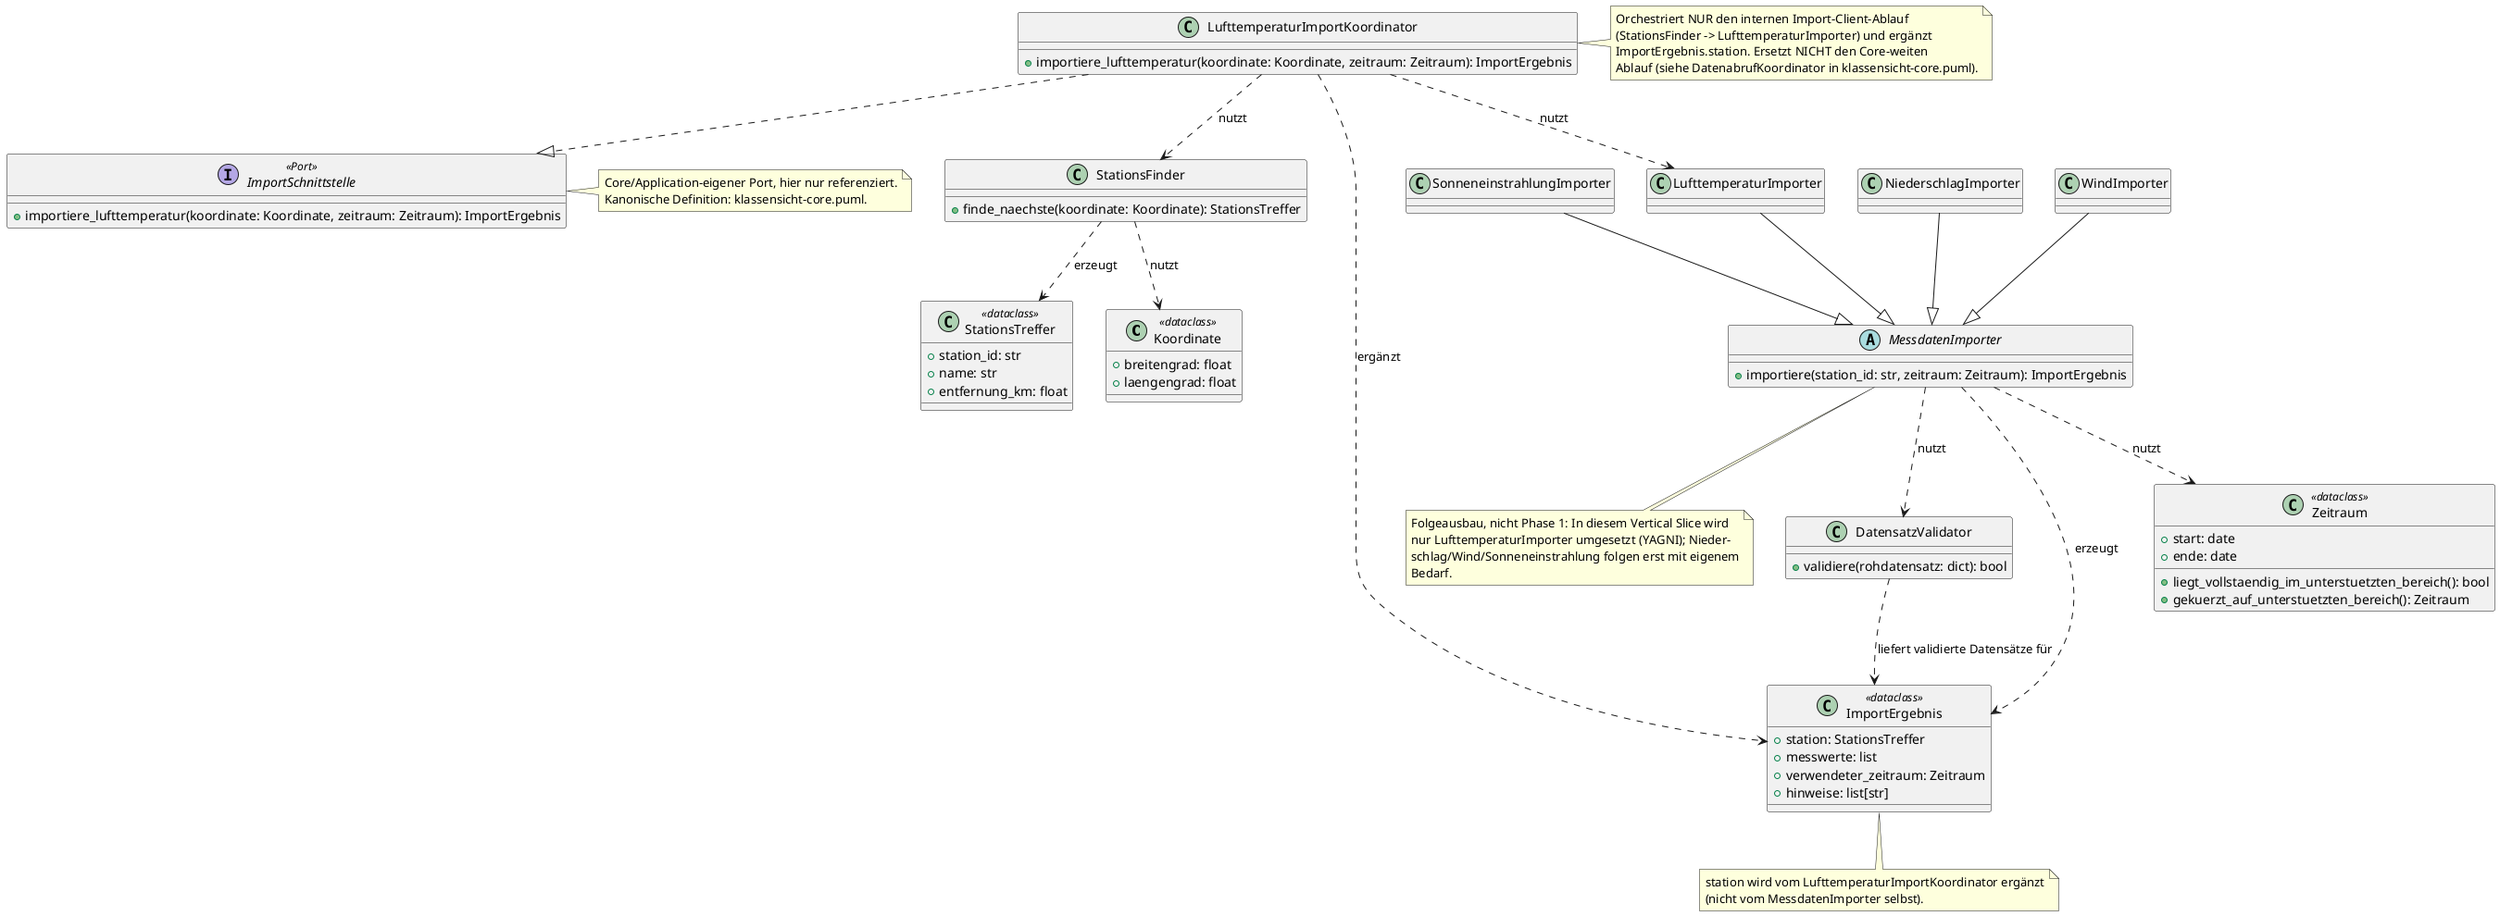
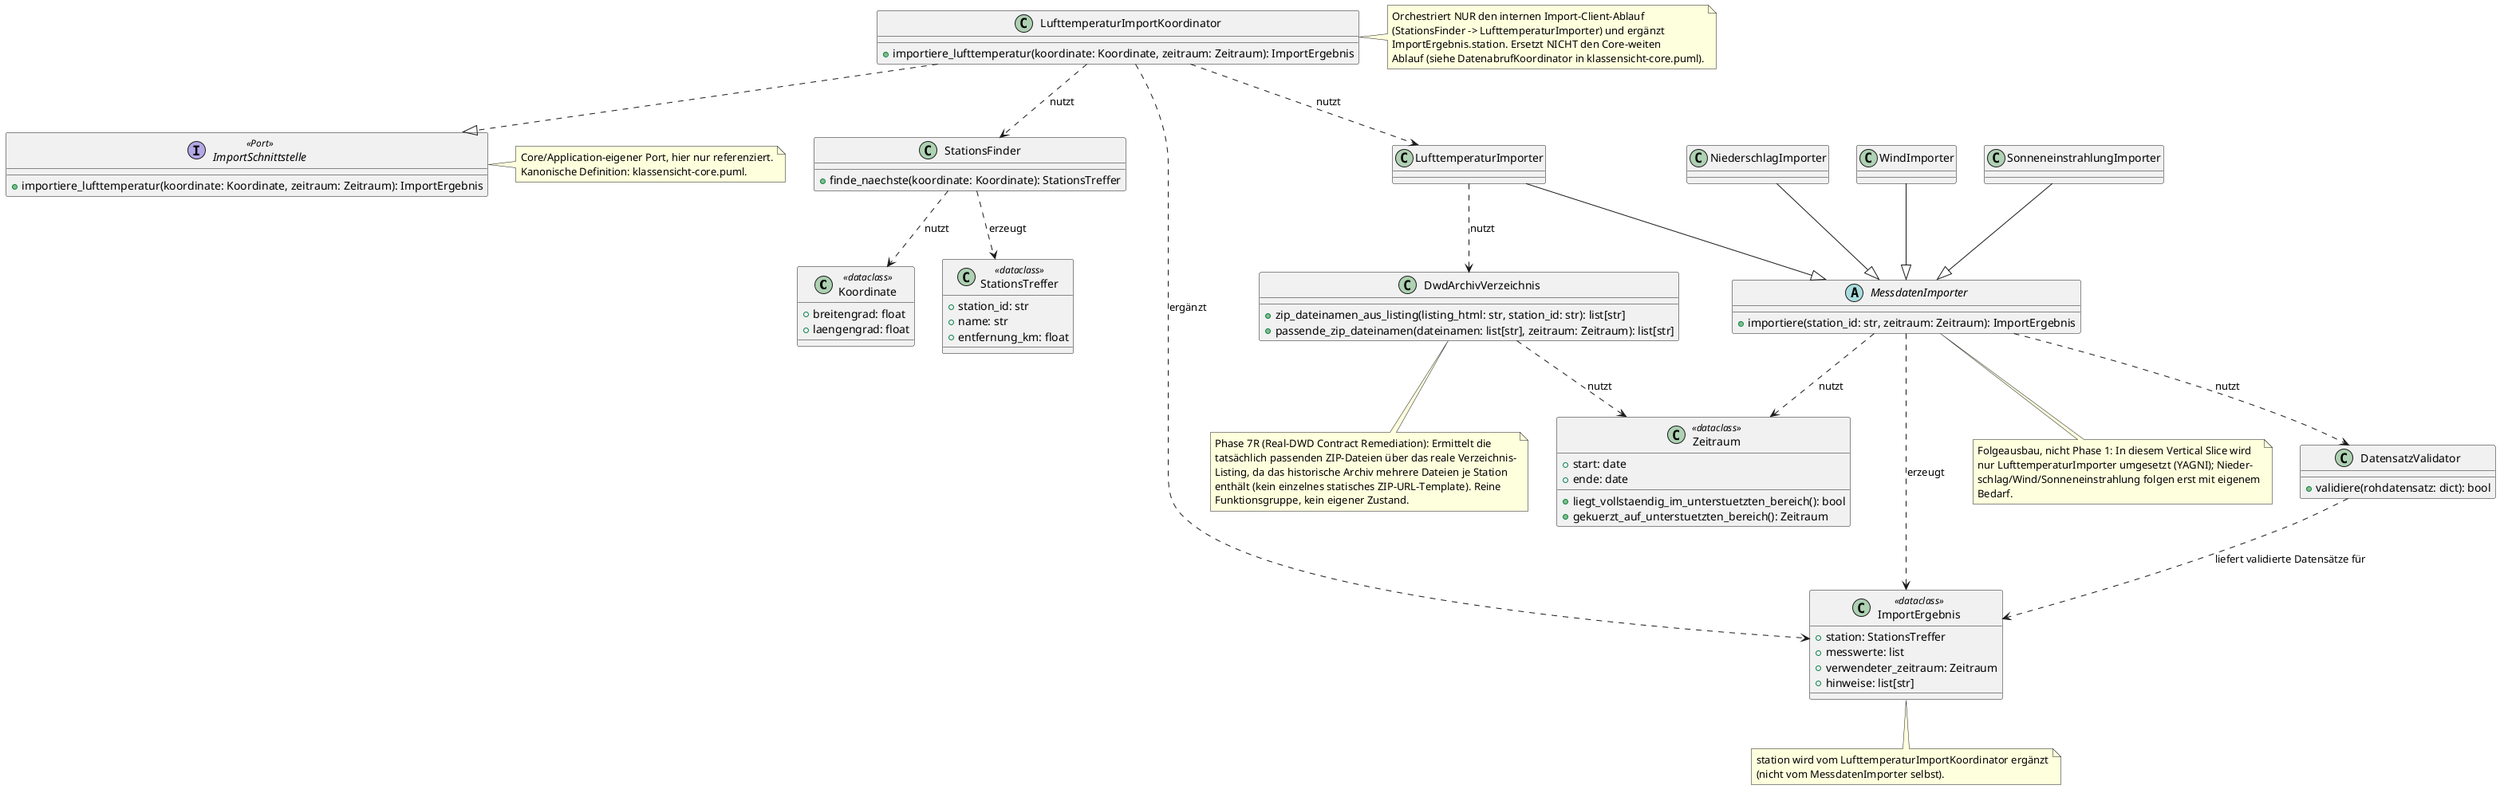
@startuml Klassensicht-Import-Client
class "Koordinate" as Koordinate <<dataclass>> {
  +breitengrad: float
  +laengengrad: float
}

class "Zeitraum" as Zeitraum <<dataclass>> {
  +start: date
  +ende: date
  +liegt_vollstaendig_im_unterstuetzten_bereich(): bool
  +gekuerzt_auf_unterstuetzten_bereich(): Zeitraum
}

class "StationsTreffer" as StationsTreffer <<dataclass>> {
  +station_id: str
  +name: str
  +entfernung_km: float
}

interface "ImportSchnittstelle" as IImport <<Port>> {
  +importiere_lufttemperatur(koordinate: Koordinate, zeitraum: Zeitraum): ImportErgebnis
}
note right of IImport
  Core/Application-eigener Port, hier nur referenziert.
  Kanonische Definition: klassensicht-core.puml.
end note

class "LufttemperaturImportKoordinator" as LufttemperaturImportKoordinator {
  +importiere_lufttemperatur(koordinate: Koordinate, zeitraum: Zeitraum): ImportErgebnis
}
note right of LufttemperaturImportKoordinator
  Orchestriert NUR den internen Import-Client-Ablauf
  (StationsFinder -> LufttemperaturImporter) und ergänzt
  ImportErgebnis.station. Ersetzt NICHT den Core-weiten
  Ablauf (siehe DatenabrufKoordinator in klassensicht-core.puml).
end note

class "StationsFinder" as StationsFinder {
  +finde_naechste(koordinate: Koordinate): StationsTreffer
}

abstract class "MessdatenImporter" as MessdatenImporter {
  +importiere(station_id: str, zeitraum: Zeitraum): ImportErgebnis
}
note bottom of MessdatenImporter
  Folgeausbau, nicht Phase 1: In diesem Vertical Slice wird
  nur LufttemperaturImporter umgesetzt (YAGNI); Nieder-
  schlag/Wind/Sonneneinstrahlung folgen erst mit eigenem
  Bedarf.
end note

class "LufttemperaturImporter" as LufttemperaturImporter {
}

class "NiederschlagImporter" as NiederschlagImporter {
}

class "WindImporter" as WindImporter {
}

class "SonneneinstrahlungImporter" as SonneneinstrahlungImporter {
}

class "DatensatzValidator" as DatensatzValidator {
  +validiere(rohdatensatz: dict): bool
}

+ class "DwdArchivVerzeichnis" as DwdArchivVerzeichnis {
+   +zip_dateinamen_aus_listing(listing_html: str, station_id: str): list[str]
+   +passende_zip_dateinamen(dateinamen: list[str], zeitraum: Zeitraum): list[str]
+ }
+ note bottom of DwdArchivVerzeichnis
+   Phase 7R (Real-DWD Contract Remediation): Ermittelt die
+   tatsächlich passenden ZIP-Dateien über das reale Verzeichnis-
+   Listing, da das historische Archiv mehrere Dateien je Station
+   enthält (kein einzelnes statisches ZIP-URL-Template). Reine
+   Funktionsgruppe, kein eigener Zustand.
+ end note
+ 
class "ImportErgebnis" as ImportErgebnis <<dataclass>> {
  +station: StationsTreffer
  +messwerte: list
  +verwendeter_zeitraum: Zeitraum
  +hinweise: list[str]
}
note bottom of ImportErgebnis
  station wird vom LufttemperaturImportKoordinator ergänzt
  (nicht vom MessdatenImporter selbst).
end note

LufttemperaturImportKoordinator ..|> IImport
LufttemperaturImportKoordinator ..> StationsFinder : nutzt
LufttemperaturImportKoordinator ..> LufttemperaturImporter : nutzt
LufttemperaturImportKoordinator ..> ImportErgebnis : ergänzt
StationsFinder ..> Koordinate : nutzt
StationsFinder ..> StationsTreffer : erzeugt
LufttemperaturImporter --|> MessdatenImporter
NiederschlagImporter --|> MessdatenImporter
WindImporter --|> MessdatenImporter
SonneneinstrahlungImporter --|> MessdatenImporter
MessdatenImporter ..> Zeitraum : nutzt
MessdatenImporter ..> DatensatzValidator : nutzt
MessdatenImporter ..> ImportErgebnis : erzeugt
+ LufttemperaturImporter ..> DwdArchivVerzeichnis : nutzt
+ DwdArchivVerzeichnis ..> Zeitraum : nutzt
DatensatzValidator ..> ImportErgebnis : liefert validierte Datensätze für
@enduml
